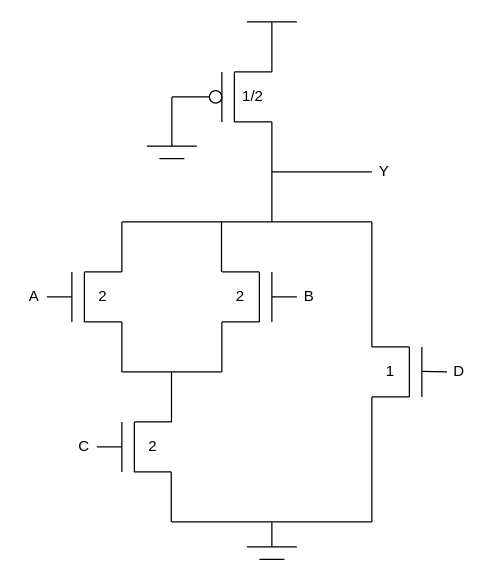
osowatzke/ECE507_HW keeps this draw.io diagram as page "problem2_pseudo_nmos" (2 of 4) of 4/schematics.drawio. Above is the earlier version. Source tidied: cells renumbered, new cells numbered last; positions are measured from the earlier drawing's top-left corner, leaving out a move shared by most shapes. Both pictures are drawn from the tidied source at 125%, with x=0, y=0 at pixel (21, 21).
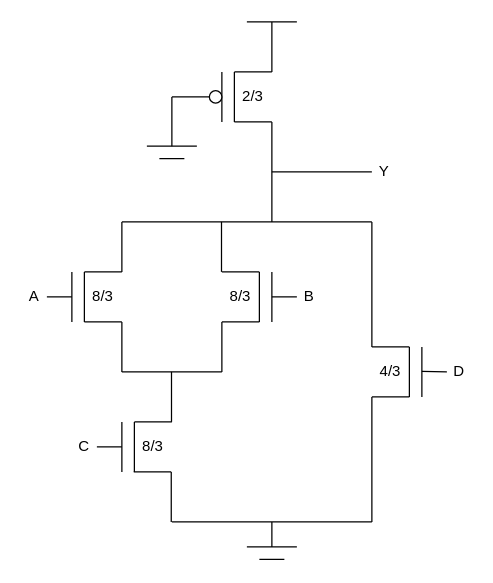
The same diagram, later.

Commit message (it also covers changes not shown here):
Fixing bug in pseudo-nmos size ratios

Unchanged cells that the change refers to:
```xml
<mxCell id="11" style="group;rotation=-180;" parent="1" vertex="1">
  <mxGeometry x="160" y="200" width="40" height="40" as="geometry" />
</mxCell>
<mxCell id="39" style="group;rotation=-180;" parent="1" vertex="1">
  <mxGeometry x="280" y="260" width="40" height="40" as="geometry" />
</mxCell>
```

The edit, as a diff of the source:
```diff
@@
-    <mxCell id="16" value="2" style="text;html=1;align=center;verticalAlign=middle;whiteSpace=wrap;rounded=0;" parent="11" vertex="1">
+    <mxCell id="16" value="8/3" style="text;html=1;align=center;verticalAlign=middle;whiteSpace=wrap;rounded=0;" parent="11" vertex="1">
       <mxGeometry y="10" width="30" height="20" as="geometry" />
     </mxCell>
@@
-    <mxCell id="44" value="1" style="text;html=1;align=center;verticalAlign=middle;whiteSpace=wrap;rounded=0;" parent="39" vertex="1">
+    <mxCell id="44" value="4/3" style="text;html=1;align=center;verticalAlign=middle;whiteSpace=wrap;rounded=0;" parent="39" vertex="1">
       <mxGeometry y="10" width="30" height="20" as="geometry" />
     </mxCell>
@@
-    <mxCell id="61" value="1/2" style="text;html=1;align=center;verticalAlign=middle;whiteSpace=wrap;rounded=0;" parent="1" vertex="1">
+    <mxCell id="61" value="2/3" style="text;html=1;align=center;verticalAlign=middle;whiteSpace=wrap;rounded=0;" parent="1" vertex="1">
       <mxGeometry x="170" y="50" width="30" height="20" as="geometry" />
     </mxCell>
-    <mxCell id="62" value="2" style="text;html=1;align=center;verticalAlign=middle;whiteSpace=wrap;rounded=0;" parent="1" vertex="1">
+    <mxCell id="62" value="8/3" style="text;html=1;align=center;verticalAlign=middle;whiteSpace=wrap;rounded=0;" parent="1" vertex="1">
       <mxGeometry x="50" y="210" width="30" height="20" as="geometry" />
     </mxCell>
-    <mxCell id="63" value="2" style="text;html=1;align=center;verticalAlign=middle;whiteSpace=wrap;rounded=0;" parent="1" vertex="1">
+    <mxCell id="63" value="8/3" style="text;html=1;align=center;verticalAlign=middle;whiteSpace=wrap;rounded=0;" parent="1" vertex="1">
       <mxGeometry x="90" y="330" width="30" height="20" as="geometry" />
     </mxCell>
```
